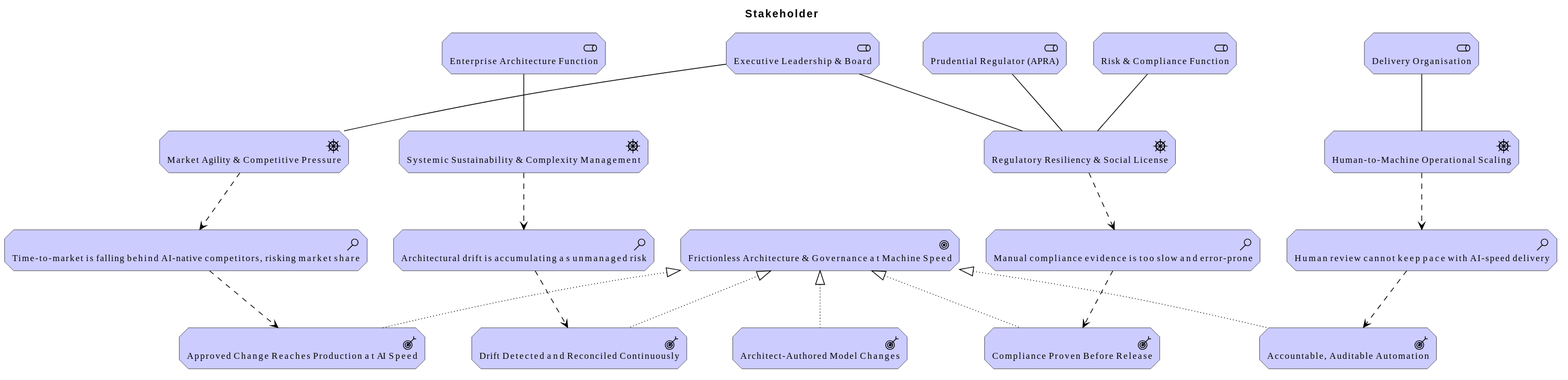
The PlantUML diagram architecture/model/diagrams/vision/1-stakeholder.svg in wolffy-au/frictionless-architect, before a commit.
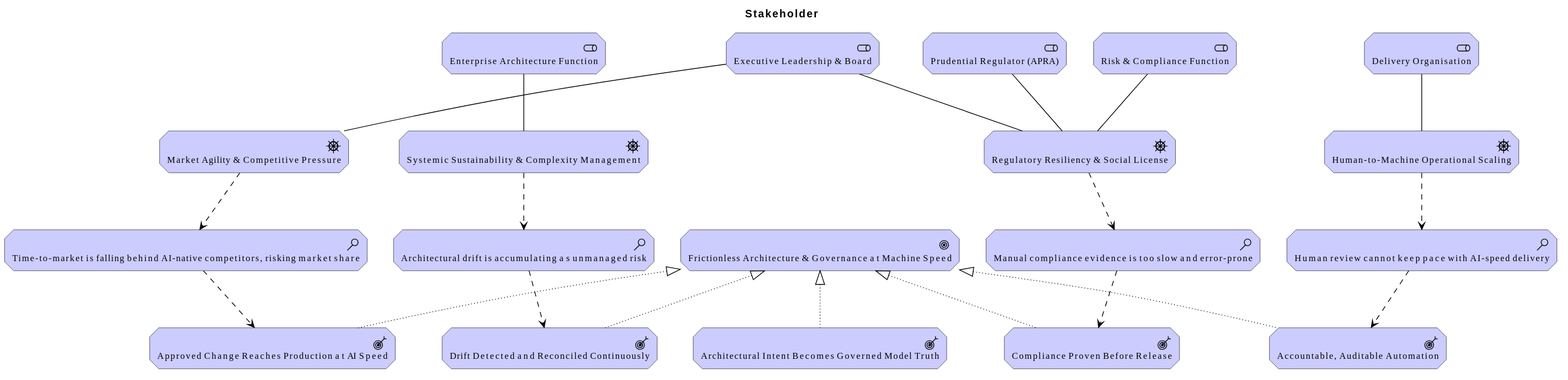
The same diagram one commit later.

Change to the diagram source:
```diff
@@ -21,7 +21,7 @@
 Motivation_Outcome(e_id3be36e7ab88a59, "Approved Change Reaches Production at AI Speed")
 Motivation_Outcome(e_id4f39e9ec8e4656, "Compliance Proven Before Release")
 Motivation_Outcome(e_ide8275430b0ad5e, "Accountable, Auditable Automation")
-Motivation_Outcome(e_id162419e4eb6659, "Architect-Authored Model Changes")
+Motivation_Outcome(e_id6b1d572f6ec253, "Architectural Intent Becomes Governed Model Truth")
 
 Rel_Association(e_id19419ed668d556, e_ida87011c08f1e5a, "")
 Rel_Association(e_id19419ed668d556, e_idffe4063e121e5d, "")
@@ -41,5 +41,5 @@
 Rel_Realization_Up(e_id3be36e7ab88a59, e_id76f6d8b4d70151, "")
 Rel_Realization_Up(e_id4f39e9ec8e4656, e_id76f6d8b4d70151, "")
 Rel_Realization_Up(e_ide8275430b0ad5e, e_id76f6d8b4d70151, "")
-Rel_Realization_Up(e_id162419e4eb6659, e_id76f6d8b4d70151, "")
+Rel_Realization_Up(e_id6b1d572f6ec253, e_id76f6d8b4d70151, "")
 @enduml
```
